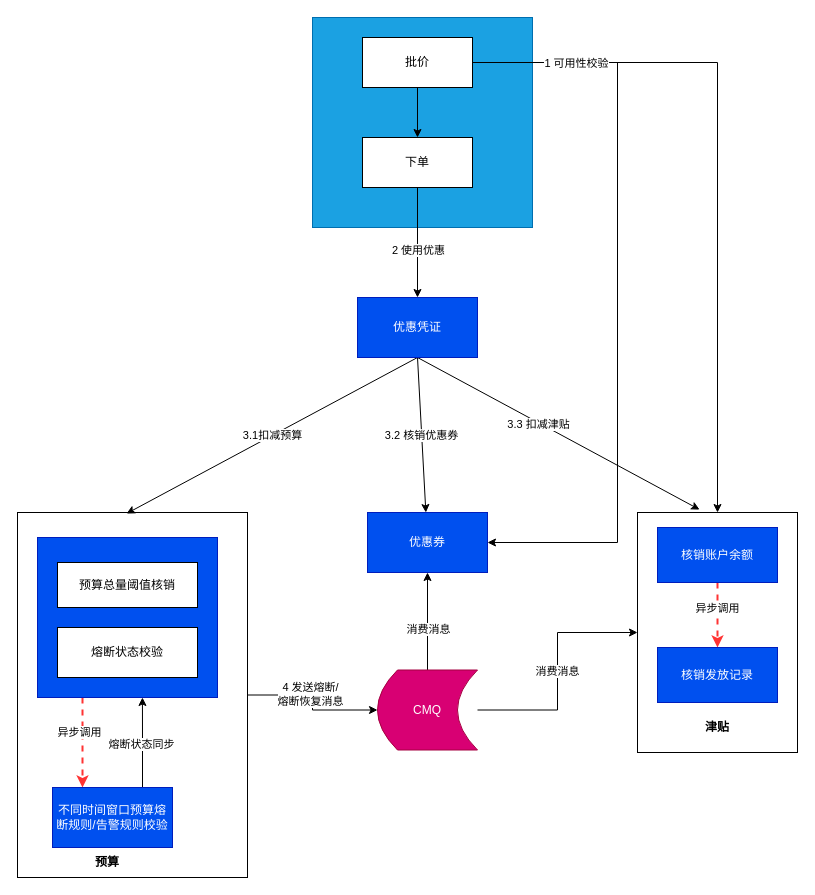
Above: page "Page-40" (27 of 31) of Untitled Diagram.drawio in zengcrvip/basedemo (draw.io), before the change. Source tidied: cells renumbered, new cells numbered last; positions are measured from the earlier drawing's top-left corner, leaving out a move shared by most shapes. Both pictures are drawn from the tidied source at 100%, with x=0, y=0 at pixel (17, 17).
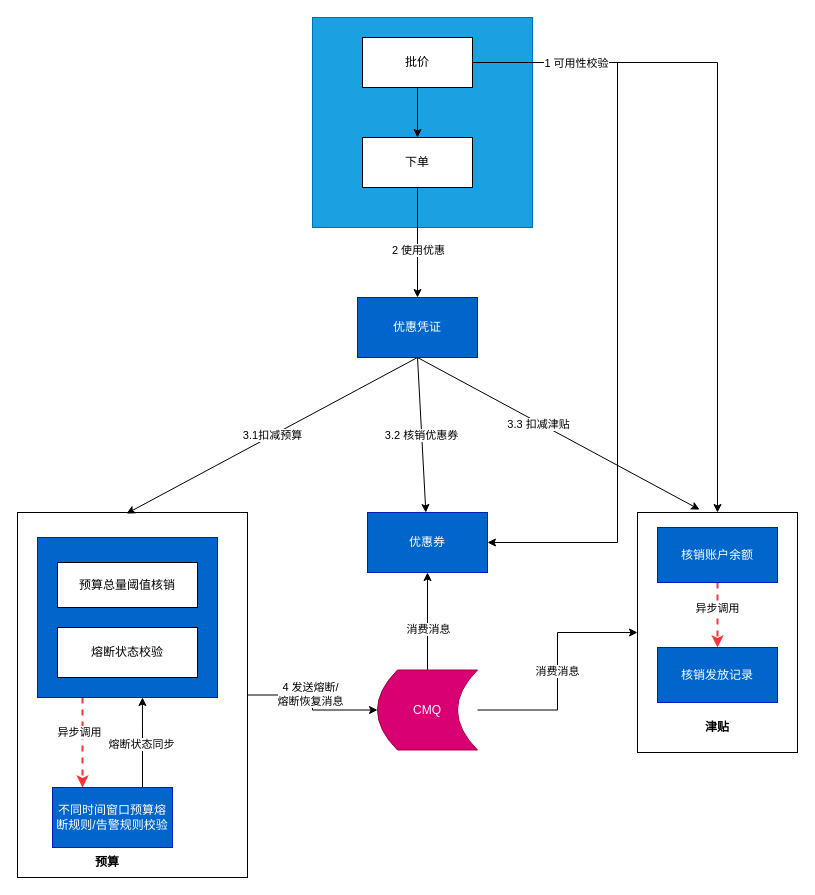
Above is the later version.

Change to the diagram source:
```diff
@@
-    <mxCell id="18" value="优惠凭证" style="rounded=0;whiteSpace=wrap;html=1;fillColor=#0050ef;fontColor=#ffffff;strokeColor=#001DBC;" parent="1" vertex="1">
+    <mxCell id="18" value="优惠凭证" style="rounded=0;whiteSpace=wrap;html=1;fillColor=#0066CC;fontColor=#ffffff;strokeColor=#001DBC;" parent="1" vertex="1">
       <mxGeometry x="340" y="280" width="120" height="60" as="geometry" />
     </mxCell>
@@
-    <mxCell id="21" style="rounded=0;whiteSpace=wrap;html=1;fillColor=#0050ef;fontColor=#ffffff;strokeColor=#001DBC;" parent="1" vertex="1">
+    <mxCell id="21" style="rounded=0;whiteSpace=wrap;html=1;fillColor=#0066CC;fontColor=#ffffff;strokeColor=#001DBC;" parent="1" vertex="1">
       <mxGeometry x="20" y="520" width="180" height="160" as="geometry" />
     </mxCell>
@@
-    <mxCell id="26" value="不同时间窗口预算熔断规则/告警规则校验" style="rounded=0;whiteSpace=wrap;html=1;fillColor=#0050ef;fontColor=#ffffff;strokeColor=#001DBC;" parent="1" vertex="1">
+    <mxCell id="26" value="不同时间窗口预算熔断规则/告警规则校验" style="rounded=0;whiteSpace=wrap;html=1;fillColor=#0066CC;fontColor=#ffffff;strokeColor=#001DBC;" parent="1" vertex="1">
       <mxGeometry x="35" y="770" width="120" height="60" as="geometry" />
     </mxCell>
@@
-    <mxCell id="31" value="核销账户余额" style="rounded=0;whiteSpace=wrap;html=1;fillColor=#0050ef;fontColor=#ffffff;strokeColor=#001DBC;" parent="1" vertex="1">
+    <mxCell id="31" value="核销账户余额" style="rounded=0;whiteSpace=wrap;html=1;fillColor=#0066CC;fontColor=#ffffff;strokeColor=#001DBC;" parent="1" vertex="1">
       <mxGeometry x="640" y="510" width="120" height="55" as="geometry" />
     </mxCell>
@@
-    <mxCell id="33" value="核销发放记录" style="rounded=0;whiteSpace=wrap;html=1;fillColor=#0050ef;fontColor=#ffffff;strokeColor=#001DBC;" parent="1" vertex="1">
+    <mxCell id="33" value="核销发放记录" style="rounded=0;whiteSpace=wrap;html=1;fillColor=#0066CC;fontColor=#ffffff;strokeColor=#001DBC;" parent="1" vertex="1">
       <mxGeometry x="640" y="630" width="120" height="55" as="geometry" />
     </mxCell>
-    <mxCell id="34" value="优惠券" style="rounded=0;whiteSpace=wrap;html=1;fillColor=#0050ef;fontColor=#ffffff;strokeColor=#001DBC;" parent="1" vertex="1">
+    <mxCell id="34" value="优惠券" style="rounded=0;whiteSpace=wrap;html=1;fillColor=#0066CC;fontColor=#ffffff;strokeColor=#001DBC;" parent="1" vertex="1">
       <mxGeometry x="350" y="495" width="120" height="60" as="geometry" />
     </mxCell>
```
